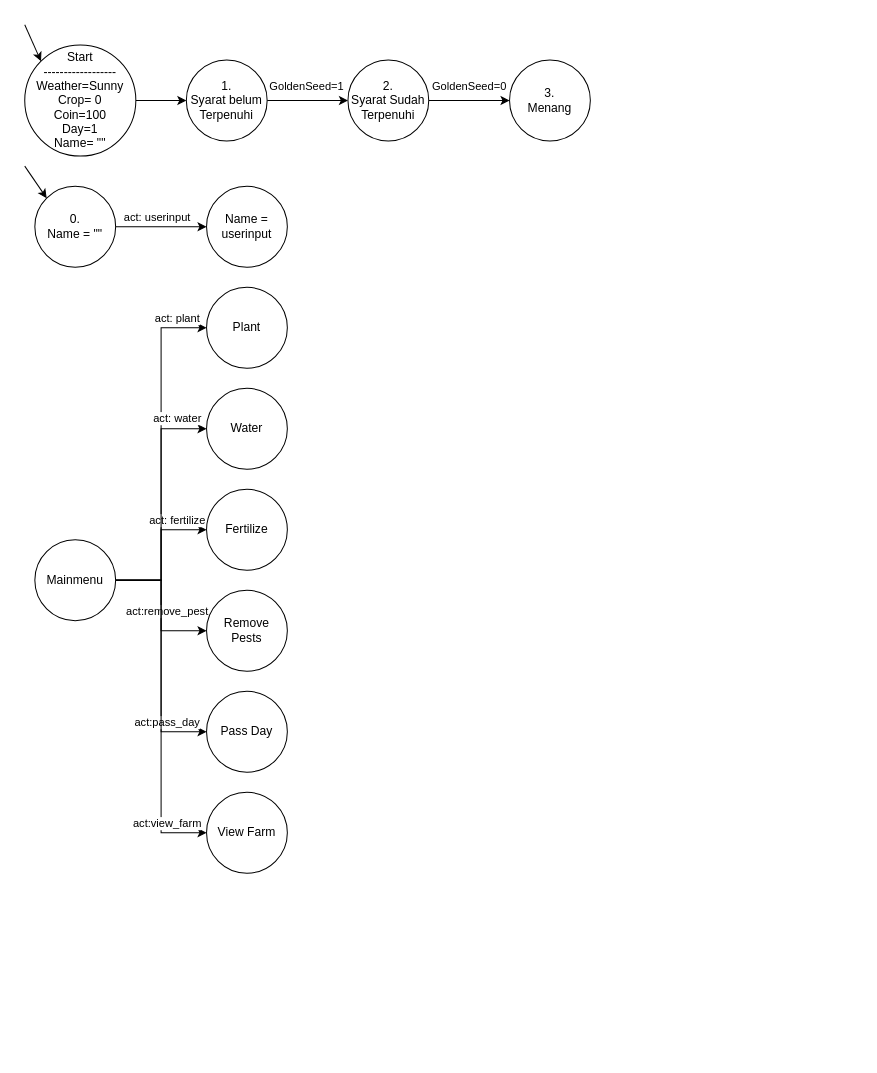
Earlier version of the draw.io diagram diagram/fsmsg.drawio (Trelel129/fsmgs). Source tidied: cells renumbered, new cells numbered last; positions are measured from the earlier drawing's top-left corner, leaving out a move shared by most shapes. Both pictures are drawn from the tidied source at 101%, with x=0, y=0 at pixel (24, 24).
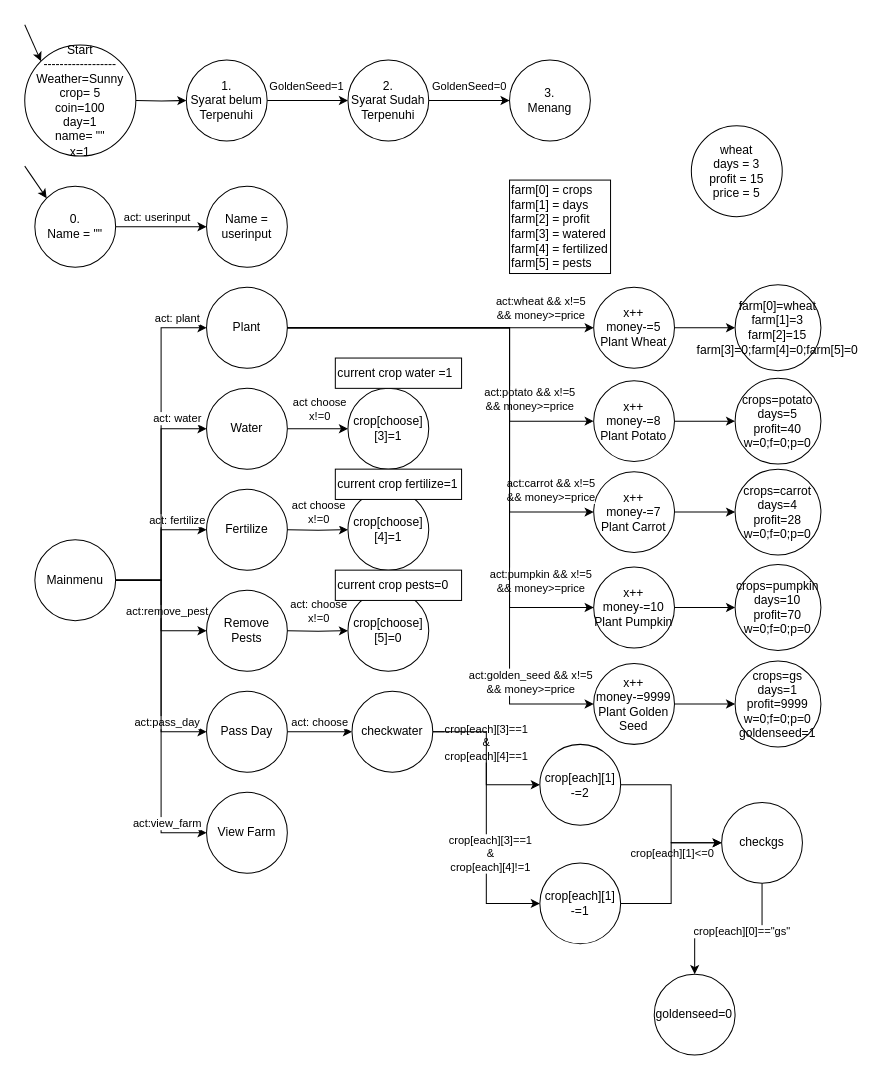
The same page after the edit.

Unchanged cells that the change refers to:
```xml
<mxCell id="6" value="1.&lt;div&gt;Syarat belum&lt;br&gt;Terpenuhi&lt;/div&gt;" style="ellipse;whiteSpace=wrap;html=1;" parent="1" vertex="1">
  <mxGeometry x="160" y="35" width="80" height="80" as="geometry" />
</mxCell>
<mxCell id="29" value="Plant" style="ellipse;whiteSpace=wrap;html=1;" parent="1" vertex="1">
  <mxGeometry x="180" y="260" width="80" height="80" as="geometry" />
</mxCell>
<mxCell id="30" value="Water" style="ellipse;whiteSpace=wrap;html=1;" parent="1" vertex="1">
  <mxGeometry x="180" y="360" width="80" height="80" as="geometry" />
</mxCell>
<mxCell id="33" value="Pass Day" style="ellipse;whiteSpace=wrap;html=1;" parent="1" vertex="1">
  <mxGeometry x="180" y="660" width="80" height="80" as="geometry" />
</mxCell>
```

The edit, as a diff of the source:
```diff
@@
-    <mxCell id="2" style="edgeStyle=orthogonalEdgeStyle;rounded=0;jettySize=auto;html=1;entryX=0;entryY=0.5;entryDx=0;entryDy=0;" parent="1" edge="1" source="3" target="6">
-      <mxGeometry relative="1" as="geometry" />
+    <mxCell id="2" style="edgeStyle=orthogonalEdgeStyle;rounded=0;jettySize=auto;html=1;entryX=0;entryY=0.5;entryDx=0;entryDy=0;" parent="1" edge="1" target="6">
+      <mxGeometry relative="1" as="geometry">
+        <mxPoint x="110" y="75" as="sourcePoint" />
+      </mxGeometry>
     </mxCell>
-    <mxCell id="3" value="Start&lt;div&gt;------------------&lt;/div&gt;&lt;div&gt;Weather=Sunny&lt;br&gt;&lt;/div&gt;&lt;div&gt;Crop= 0&lt;/div&gt;&lt;div&gt;Coin=100&lt;/div&gt;&lt;div&gt;Day=1&lt;/div&gt;&lt;div&gt;Name= &quot;&quot;&lt;/div&gt;" style="ellipse;whiteSpace=wrap;html=1;" parent="1" vertex="1">
+    <mxCell id="3" value="Start&lt;div&gt;------------------&lt;/div&gt;&lt;div&gt;Weather=Sunny&lt;br&gt;&lt;/div&gt;&lt;div&gt;crop= 5&lt;/div&gt;&lt;div&gt;coin=100&lt;/div&gt;&lt;div&gt;day=1&lt;/div&gt;&lt;div&gt;name= &quot;&quot;&lt;/div&gt;&lt;div&gt;x=1&lt;/div&gt;" style="ellipse;whiteSpace=wrap;html=1;" parent="1" vertex="1">
       <mxGeometry y="20" width="110" height="110" as="geometry" />
     </mxCell>
@@
+    <mxCell id="36" style="edgeStyle=orthogonalEdgeStyle;rounded=0;jettySize=auto;html=1;entryX=0;entryY=0.5;entryDx=0;entryDy=0;" parent="1" edge="1" source="29" target="43">
+      <mxGeometry relative="1" as="geometry" />
+    </mxCell>
+    <mxCell id="37" value="act:wheat &amp;amp;&amp;amp; x!=5 &lt;br&gt;&amp;amp;&amp;amp; money&amp;gt;=price" style="edgeLabel;html=1;align=center;verticalAlign=middle;" parent="36" vertex="1">
+      <mxGeometry x="-0.19" y="1" relative="1" as="geometry">
+        <mxPoint x="127" y="-19" as="offset" />
+      </mxGeometry>
+    </mxCell>
@@
+    <mxCell id="38" style="edgeStyle=orthogonalEdgeStyle;rounded=0;jettySize=auto;html=1;entryX=0;entryY=0.5;entryDx=0;entryDy=0;" parent="1" edge="1" source="30" target="67">
+      <mxGeometry relative="1" as="geometry" />
+    </mxCell>
+    <mxCell id="39" value="act choose&lt;br&gt;x!=0" style="edgeLabel;html=1;align=center;verticalAlign=middle;" parent="38" vertex="1">
+      <mxGeometry x="-0.41" y="-2" relative="1" as="geometry">
+        <mxPoint x="13" y="-22" as="offset" />
+      </mxGeometry>
+    </mxCell>
@@
+    <mxCell id="40" style="edgeStyle=orthogonalEdgeStyle;rounded=0;jettySize=auto;html=1;entryX=0;entryY=0.5;entryDx=0;entryDy=0;" parent="1" edge="1" source="33" target="82">
+      <mxGeometry relative="1" as="geometry" />
+    </mxCell>
+    <mxCell id="41" value="act: choose" style="edgeLabel;html=1;align=center;verticalAlign=middle;" parent="40" vertex="1">
+      <mxGeometry x="-0.23" relative="1" as="geometry">
+        <mxPoint x="6" y="-10" as="offset" />
+      </mxGeometry>
+    </mxCell>
@@
+    <mxCell id="42" style="edgeStyle=orthogonalEdgeStyle;rounded=0;jettySize=auto;html=1;entryX=0;entryY=0.5;entryDx=0;entryDy=0;" parent="1" edge="1" source="43" target="44">
+      <mxGeometry relative="1" as="geometry" />
+    </mxCell>
+    <mxCell id="43" value="&lt;div&gt;&lt;span style=&quot;background-color: initial;&quot;&gt;x++&lt;/span&gt;&lt;/div&gt;&lt;div&gt;&lt;span style=&quot;background-color: initial;&quot;&gt;money-=5&lt;/span&gt;&lt;/div&gt;&lt;div&gt;&lt;span style=&quot;background-color: initial;&quot;&gt;Plant Wheat&lt;/span&gt;&lt;br&gt;&lt;/div&gt;" style="ellipse;whiteSpace=wrap;html=1;" parent="1" vertex="1">
+      <mxGeometry x="563.3" y="260" width="80" height="80" as="geometry" />
+    </mxCell>
+    <mxCell id="44" value="farm[0]=wheat&lt;div&gt;farm[1]=3&lt;/div&gt;&lt;div&gt;farm[2]=15&lt;/div&gt;&lt;div&gt;&lt;span style=&quot;background-color: initial;&quot;&gt;farm[3]&lt;/span&gt;&lt;span style=&quot;background-color: initial;&quot;&gt;=0;&lt;/span&gt;&lt;span style=&quot;background-color: initial;&quot;&gt;farm[4]&lt;/span&gt;&lt;span style=&quot;background-color: initial;&quot;&gt;=0;&lt;/span&gt;&lt;span style=&quot;background-color: initial;&quot;&gt;farm[5]&lt;/span&gt;&lt;span style=&quot;background-color: initial;&quot;&gt;=0&lt;/span&gt;&lt;/div&gt;" style="ellipse;whiteSpace=wrap;html=1;" parent="1" vertex="1">
+      <mxGeometry x="703.3" y="257.5" width="85" height="85" as="geometry" />
+    </mxCell>
+    <mxCell id="45" value="farm[0] = crops&lt;br&gt;&lt;div&gt;&lt;span style=&quot;background-color: initial;&quot;&gt;farm[1]&amp;nbsp;&lt;/span&gt;= days&lt;/div&gt;&lt;div&gt;&lt;span style=&quot;background-color: initial;&quot;&gt;farm[2]&lt;/span&gt;&amp;nbsp;= profit&lt;/div&gt;&lt;div&gt;&lt;span style=&quot;background-color: initial;&quot;&gt;farm[3]&lt;/span&gt;&amp;nbsp;= watered&lt;/div&gt;&lt;div&gt;&lt;span style=&quot;background-color: initial;&quot;&gt;farm[4]&lt;/span&gt;&amp;nbsp;= fertilized&lt;/div&gt;&lt;div&gt;&lt;span style=&quot;background-color: initial;&quot;&gt;farm[5]&lt;/span&gt;&amp;nbsp;= pests&lt;/div&gt;" style="rounded=0;whiteSpace=wrap;html=1;align=left;" parent="1" vertex="1">
+      <mxGeometry x="480" y="153.8" width="100" height="92.5" as="geometry" />
+    </mxCell>
+    <mxCell id="46" value="&lt;div&gt;wheat&lt;div&gt;days = 3&lt;/div&gt;&lt;div&gt;profit = 15&lt;/div&gt;&lt;div&gt;price = 5&lt;/div&gt;&lt;/div&gt;" style="ellipse;whiteSpace=wrap;html=1;" parent="1" vertex="1">
+      <mxGeometry x="660" y="100" width="90" height="90" as="geometry" />
+    </mxCell>
+    <mxCell id="47" style="edgeStyle=orthogonalEdgeStyle;rounded=0;jettySize=auto;html=1;entryX=0;entryY=0.5;entryDx=0;entryDy=0;" parent="1" edge="1" source="48" target="51">
+      <mxGeometry relative="1" as="geometry" />
+    </mxCell>
+    <mxCell id="48" value="&lt;div&gt;&lt;span style=&quot;background-color: initial;&quot;&gt;x++&lt;/span&gt;&lt;/div&gt;&lt;div&gt;&lt;span style=&quot;background-color: initial;&quot;&gt;money-=8&lt;/span&gt;&lt;/div&gt;&lt;div&gt;&lt;span style=&quot;background-color: initial;&quot;&gt;Plant Potato&lt;/span&gt;&lt;br&gt;&lt;/div&gt;" style="ellipse;whiteSpace=wrap;html=1;" parent="1" vertex="1">
+      <mxGeometry x="563.3" y="352.5" width="80" height="80" as="geometry" />
+    </mxCell>
+    <mxCell id="49" style="edgeStyle=orthogonalEdgeStyle;rounded=0;jettySize=auto;html=1;entryX=0;entryY=0.5;entryDx=0;entryDy=0;exitX=1;exitY=0.5;exitDx=0;exitDy=0;" parent="1" edge="1" source="29" target="48">
+      <mxGeometry relative="1" as="geometry">
+        <Array as="points">
+          <mxPoint x="480" y="300" />
+          <mxPoint x="480" y="393" />
+        </Array>
+      </mxGeometry>
+    </mxCell>
+    <mxCell id="50" value="act:potato &amp;amp;&amp;amp; x!=5 &lt;br&gt;&amp;amp;&amp;amp; money&amp;gt;=price" style="edgeLabel;html=1;align=center;verticalAlign=middle;" parent="49" vertex="1">
+      <mxGeometry x="-0.19" y="1" relative="1" as="geometry">
+        <mxPoint x="79" y="71" as="offset" />
+      </mxGeometry>
+    </mxCell>
+    <mxCell id="51" value="crops=potato&lt;div&gt;days=5&lt;/div&gt;&lt;div&gt;profit=40&lt;/div&gt;&lt;div&gt;w=0;f=0;p=0&lt;br&gt;&lt;/div&gt;" style="ellipse;whiteSpace=wrap;html=1;" parent="1" vertex="1">
+      <mxGeometry x="703.3" y="350" width="85" height="85" as="geometry" />
+    </mxCell>
+    <mxCell id="52" style="edgeStyle=orthogonalEdgeStyle;rounded=0;jettySize=auto;html=1;" parent="1" edge="1" source="53" target="56">
+      <mxGeometry relative="1" as="geometry" />
+    </mxCell>
+    <mxCell id="53" value="&lt;div&gt;&lt;span style=&quot;background-color: initial;&quot;&gt;x++&lt;/span&gt;&lt;/div&gt;&lt;div&gt;&lt;span style=&quot;background-color: initial;&quot;&gt;money-=7&lt;/span&gt;&lt;/div&gt;&lt;div&gt;&lt;span style=&quot;background-color: initial;&quot;&gt;Plant Carrot&lt;/span&gt;&lt;br&gt;&lt;/div&gt;" style="ellipse;whiteSpace=wrap;html=1;" parent="1" vertex="1">
+      <mxGeometry x="563.3" y="442.5" width="80" height="80" as="geometry" />
+    </mxCell>
+    <mxCell id="54" style="edgeStyle=orthogonalEdgeStyle;rounded=0;jettySize=auto;html=1;entryX=0;entryY=0.5;entryDx=0;entryDy=0;exitX=1;exitY=0.5;exitDx=0;exitDy=0;" parent="1" edge="1" source="29" target="53">
+      <mxGeometry relative="1" as="geometry">
+        <Array as="points">
+          <mxPoint x="480" y="300" />
+          <mxPoint x="480" y="483" />
+        </Array>
+      </mxGeometry>
+    </mxCell>
+    <mxCell id="55" value="act:carrot &amp;amp;&amp;amp; x!=5 &lt;br&gt;&amp;amp;&amp;amp; money&amp;gt;=price" style="edgeLabel;html=1;align=center;verticalAlign=middle;" parent="54" vertex="1">
+      <mxGeometry x="-0.19" y="1" relative="1" as="geometry">
+        <mxPoint x="63" y="161" as="offset" />
+      </mxGeometry>
+    </mxCell>
+    <mxCell id="56" value="crops=carrot&lt;div&gt;days=4&lt;/div&gt;&lt;div&gt;profit=28&lt;/div&gt;&lt;div&gt;w=0;f=0;p=0&lt;br&gt;&lt;/div&gt;" style="ellipse;whiteSpace=wrap;html=1;" parent="1" vertex="1">
+      <mxGeometry x="703.3" y="440" width="85" height="85" as="geometry" />
+    </mxCell>
+    <mxCell id="57" style="edgeStyle=orthogonalEdgeStyle;rounded=0;jettySize=auto;html=1;entryX=0;entryY=0.5;entryDx=0;entryDy=0;" parent="1" edge="1" source="58" target="61">
+      <mxGeometry relative="1" as="geometry" />
+    </mxCell>
+    <mxCell id="58" value="&lt;div&gt;&lt;span style=&quot;background-color: initial;&quot;&gt;x++&lt;/span&gt;&lt;/div&gt;&lt;div&gt;&lt;span style=&quot;background-color: initial;&quot;&gt;money-=10&lt;/span&gt;&lt;/div&gt;&lt;div&gt;&lt;span style=&quot;background-color: initial;&quot;&gt;Plant Pumpkin&lt;/span&gt;&lt;br&gt;&lt;/div&gt;" style="ellipse;whiteSpace=wrap;html=1;" parent="1" vertex="1">
+      <mxGeometry x="563.3" y="537" width="80" height="80" as="geometry" />
+    </mxCell>
+    <mxCell id="59" style="edgeStyle=orthogonalEdgeStyle;rounded=0;jettySize=auto;html=1;entryX=0;entryY=0.5;entryDx=0;entryDy=0;exitX=1;exitY=0.5;exitDx=0;exitDy=0;" parent="1" edge="1" source="29" target="58">
+      <mxGeometry relative="1" as="geometry">
+        <Array as="points">
+          <mxPoint x="480" y="300" />
+          <mxPoint x="480" y="577" />
+        </Array>
+      </mxGeometry>
+    </mxCell>
+    <mxCell id="60" value="act:pumpkin &amp;amp;&amp;amp; x!=5 &lt;br&gt;&amp;amp;&amp;amp; money&amp;gt;=price" style="edgeLabel;html=1;align=center;verticalAlign=middle;" parent="59" vertex="1">
+      <mxGeometry x="-0.19" y="1" relative="1" as="geometry">
+        <mxPoint x="29" y="235" as="offset" />
+      </mxGeometry>
+    </mxCell>
+    <mxCell id="61" value="crops=pumpkin&lt;div&gt;days=10&lt;/div&gt;&lt;div&gt;profit=70&lt;/div&gt;&lt;div&gt;w=0;f=0;p=0&lt;br&gt;&lt;/div&gt;" style="ellipse;whiteSpace=wrap;html=1;" parent="1" vertex="1">
+      <mxGeometry x="703.3" y="534.5" width="85" height="85" as="geometry" />
+    </mxCell>
+    <mxCell id="62" style="edgeStyle=orthogonalEdgeStyle;rounded=0;jettySize=auto;html=1;entryX=0;entryY=0.5;entryDx=0;entryDy=0;" parent="1" edge="1" source="63" target="66">
+      <mxGeometry relative="1" as="geometry" />
+    </mxCell>
+    <mxCell id="63" value="&lt;div&gt;&lt;span style=&quot;background-color: initial;&quot;&gt;x++&lt;/span&gt;&lt;/div&gt;&lt;div&gt;&lt;span style=&quot;background-color: initial;&quot;&gt;money-=9999&lt;/span&gt;&lt;/div&gt;&lt;div&gt;&lt;span style=&quot;background-color: initial;&quot;&gt;Plant Golden Seed&lt;/span&gt;&lt;br&gt;&lt;/div&gt;" style="ellipse;whiteSpace=wrap;html=1;" parent="1" vertex="1">
+      <mxGeometry x="563.3" y="632.5" width="80" height="80" as="geometry" />
+    </mxCell>
+    <mxCell id="64" style="edgeStyle=orthogonalEdgeStyle;rounded=0;jettySize=auto;html=1;entryX=0;entryY=0.5;entryDx=0;entryDy=0;exitX=1;exitY=0.5;exitDx=0;exitDy=0;" parent="1" edge="1" source="29" target="63">
+      <mxGeometry relative="1" as="geometry">
+        <Array as="points">
+          <mxPoint x="480" y="300" />
+          <mxPoint x="480" y="673" />
+        </Array>
+      </mxGeometry>
+    </mxCell>
+    <mxCell id="65" value="act:golden_seed &amp;amp;&amp;amp; x!=5 &lt;br&gt;&amp;amp;&amp;amp; money&amp;gt;=price" style="edgeLabel;html=1;align=center;verticalAlign=middle;" parent="64" vertex="1">
+      <mxGeometry x="-0.19" y="1" relative="1" as="geometry">
+        <mxPoint x="19" y="296" as="offset" />
+      </mxGeometry>
+    </mxCell>
+    <mxCell id="66" value="crops=gs&lt;div&gt;days=1&lt;/div&gt;&lt;div&gt;profit=9999&lt;/div&gt;&lt;div&gt;w=0;f=0;p=0&lt;br&gt;&lt;/div&gt;&lt;div&gt;goldenseed=1&lt;/div&gt;" style="ellipse;whiteSpace=wrap;html=1;" parent="1" vertex="1">
+      <mxGeometry x="703.3" y="630" width="85" height="85" as="geometry" />
+    </mxCell>
+    <mxCell id="67" value="crop[choose][3]=1" style="ellipse;whiteSpace=wrap;html=1;" parent="1" vertex="1">
+      <mxGeometry x="320" y="360" width="80" height="80" as="geometry" />
+    </mxCell>
+    <mxCell id="68" value="current crop water =1" style="rounded=0;whiteSpace=wrap;html=1;align=left;" parent="1" vertex="1">
+      <mxGeometry x="307.5" y="330" width="125" height="30" as="geometry" />
+    </mxCell>
+    <mxCell id="69" style="edgeStyle=orthogonalEdgeStyle;rounded=0;jettySize=auto;html=1;entryX=0;entryY=0.5;entryDx=0;entryDy=0;" parent="1" edge="1" target="71">
+      <mxGeometry relative="1" as="geometry">
+        <mxPoint x="260" y="500" as="sourcePoint" />
+      </mxGeometry>
+    </mxCell>
+    <mxCell id="70" value="act choose&lt;br&gt;x!=0" style="edgeLabel;html=1;align=center;verticalAlign=middle;" parent="69" vertex="1">
+      <mxGeometry x="-0.41" y="-2" relative="1" as="geometry">
+        <mxPoint x="13" y="-20" as="offset" />
+      </mxGeometry>
+    </mxCell>
+    <mxCell id="71" value="crop[choose][4]=1" style="ellipse;whiteSpace=wrap;html=1;" parent="1" vertex="1">
+      <mxGeometry x="320" y="460" width="80" height="80" as="geometry" />
+    </mxCell>
+    <mxCell id="72" value="current crop fertilize=1" style="rounded=0;whiteSpace=wrap;html=1;align=left;" parent="1" vertex="1">
+      <mxGeometry x="307.5" y="440" width="125" height="30" as="geometry" />
+    </mxCell>
+    <mxCell id="73" style="edgeStyle=orthogonalEdgeStyle;rounded=0;jettySize=auto;html=1;entryX=0;entryY=0.5;entryDx=0;entryDy=0;" parent="1" edge="1" target="75">
+      <mxGeometry relative="1" as="geometry">
+        <mxPoint x="260" y="600" as="sourcePoint" />
+      </mxGeometry>
+    </mxCell>
+    <mxCell id="74" value="act: choose&lt;br&gt;x!=0" style="edgeLabel;html=1;align=center;verticalAlign=middle;" parent="73" vertex="1">
+      <mxGeometry x="-0.41" y="-2" relative="1" as="geometry">
+        <mxPoint x="13" y="-22" as="offset" />
+      </mxGeometry>
+    </mxCell>
+    <mxCell id="75" value="crop[choose][5]=0" style="ellipse;whiteSpace=wrap;html=1;" parent="1" vertex="1">
+      <mxGeometry x="320" y="560" width="80" height="80" as="geometry" />
+    </mxCell>
+    <mxCell id="76" value="current crop pests=0" style="rounded=0;whiteSpace=wrap;html=1;align=left;" parent="1" vertex="1">
+      <mxGeometry x="307.5" y="540" width="125" height="30" as="geometry" />
+    </mxCell>
+    <mxCell id="77" style="edgeStyle=orthogonalEdgeStyle;rounded=0;jettySize=auto;html=1;entryX=0;entryY=0.5;entryDx=0;entryDy=0;exitX=1;exitY=0.5;exitDx=0;exitDy=0;" parent="1" edge="1" source="83" target="90">
+      <mxGeometry relative="1" as="geometry" />
+    </mxCell>
+    <mxCell id="78" value="crop[each][1]&amp;lt;=0" style="edgeLabel;html=1;align=center;verticalAlign=middle;" parent="77" vertex="1">
+      <mxGeometry x="-0.29" y="3" relative="1" as="geometry">
+        <mxPoint x="-3" y="62" as="offset" />
+      </mxGeometry>
+    </mxCell>
+    <mxCell id="79" style="edgeStyle=orthogonalEdgeStyle;rounded=0;jettySize=auto;html=1;entryX=0;entryY=0.5;entryDx=0;entryDy=0;" parent="1" edge="1" source="82" target="83">
+      <mxGeometry relative="1" as="geometry" />
+    </mxCell>
+    <mxCell id="80" value="crop[each][3]==1&lt;br&gt;&amp;amp;&lt;br&gt;crop[each][4]==1" style="edgeLabel;html=1;align=center;verticalAlign=middle;" parent="79" vertex="1">
+      <mxGeometry x="-0.21" y="-1" relative="1" as="geometry" />
+    </mxCell>
+    <mxCell id="81" style="edgeStyle=orthogonalEdgeStyle;rounded=0;jettySize=auto;html=1;entryX=0;entryY=0.5;entryDx=0;entryDy=0;" parent="1" edge="1" source="82" target="85">
+      <mxGeometry relative="1" as="geometry" />
+    </mxCell>
+    <mxCell id="82" value="checkwater" style="ellipse;whiteSpace=wrap;html=1;" parent="1" vertex="1">
+      <mxGeometry x="324" y="660" width="80" height="80" as="geometry" />
+    </mxCell>
+    <mxCell id="83" value="crop[each][1]&lt;br&gt;-=2" style="ellipse;whiteSpace=wrap;html=1;" parent="1" vertex="1">
+      <mxGeometry x="510" y="712.5" width="80" height="80" as="geometry" />
+    </mxCell>
+    <mxCell id="84" style="edgeStyle=orthogonalEdgeStyle;rounded=0;jettySize=auto;html=1;entryX=0;entryY=0.5;entryDx=0;entryDy=0;" parent="1" edge="1" source="85" target="90">
+      <mxGeometry relative="1" as="geometry" />
+    </mxCell>
+    <mxCell id="85" value="crop[each][1]&lt;br&gt;-=1" style="ellipse;whiteSpace=wrap;html=1;" parent="1" vertex="1">
+      <mxGeometry x="510" y="830" width="80" height="80" as="geometry" />
+    </mxCell>
+    <mxCell id="86" value="crop[each][3]==1&lt;br&gt;&amp;amp;&lt;br&gt;crop[each][4]!=1" style="edgeLabel;html=1;align=center;verticalAlign=middle;" parent="1" vertex="1">
+      <mxGeometry x="460" y="820" as="geometry" />
+    </mxCell>
+    <mxCell id="87" value="goldenseed=0&lt;div&gt;&lt;/div&gt;" style="ellipse;whiteSpace=wrap;html=1;" parent="1" vertex="1">
+      <mxGeometry x="623.3" y="940" width="80" height="80" as="geometry" />
+    </mxCell>
+    <mxCell id="88" style="edgeStyle=orthogonalEdgeStyle;rounded=0;jettySize=auto;html=1;entryX=0.5;entryY=0;entryDx=0;entryDy=0;" parent="1" edge="1" source="90" target="87">
+      <mxGeometry relative="1" as="geometry" />
+    </mxCell>
+    <mxCell id="89" value="crop[each][0]==&quot;gs&quot;" style="edgeLabel;html=1;align=center;verticalAlign=middle;" parent="88" vertex="1">
+      <mxGeometry x="-0.16" y="2" relative="1" as="geometry" />
+    </mxCell>
+    <mxCell id="90" value="checkgs&lt;div&gt;&lt;/div&gt;" style="ellipse;whiteSpace=wrap;html=1;" parent="1" vertex="1">
+      <mxGeometry x="690" y="770" width="80" height="80" as="geometry" />
+    </mxCell>
```
